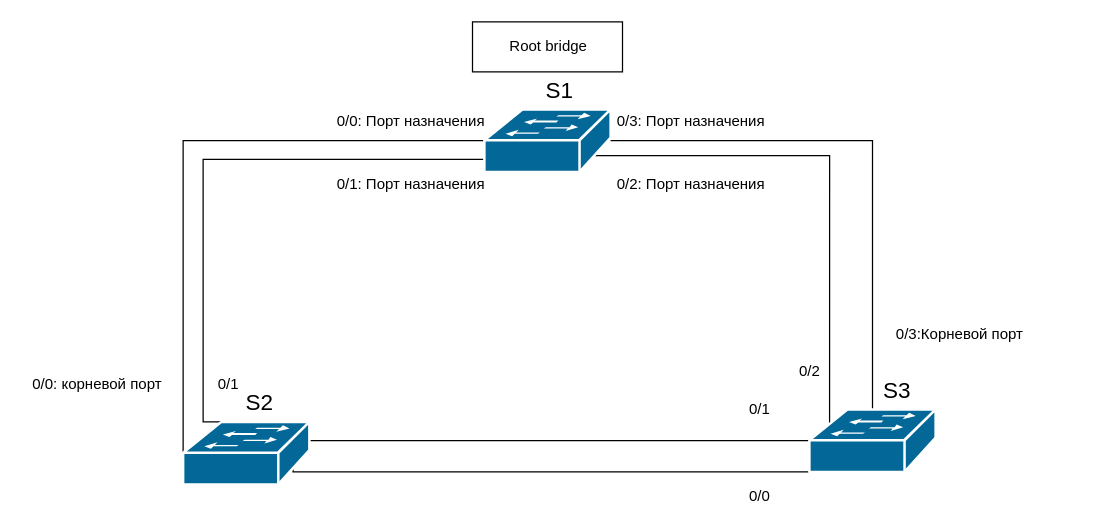
Earlier version of the draw.io diagram page "Page-2" (2 of 2) of 3_lab/Schema.drawio (rain360z/otus-networks). Source tidied: cells renumbered, new cells numbered last; positions are measured from the earlier drawing's top-left corner, leaving out a move shared by most shapes. Both pictures are drawn from the tidied source at 125%, with x=0, y=0 at pixel (21, 21).
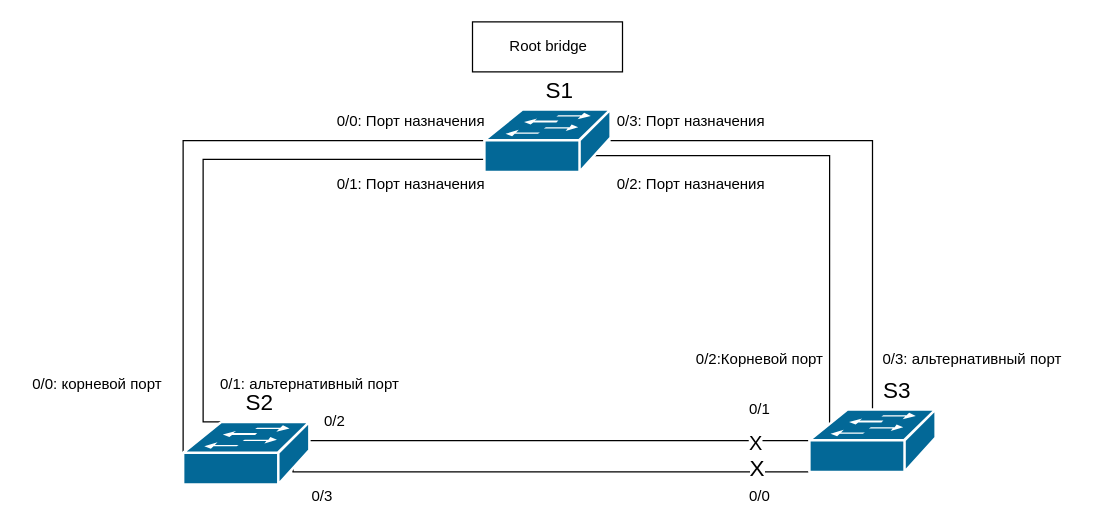
Above is the later version.

Unchanged cells that the change refers to:
```xml
<mxCell id="8" style="edgeStyle=orthogonalEdgeStyle;rounded=0;jettySize=auto;html=1;exitX=0.98;exitY=0.5;exitDx=0;exitDy=0;exitPerimeter=0;endArrow=none;endFill=0;fontSize=18;entryX=0;entryY=0.5;entryDx=0;entryDy=0;entryPerimeter=0;" parent="1" edge="1" source="10" target="11">
  <mxGeometry relative="1" as="geometry">
    <Array as="points">
      <mxPoint x="228" y="335" />
    </Array>
  </mxGeometry>
</mxCell>
<mxCell id="9" style="edgeStyle=orthogonalEdgeStyle;rounded=0;jettySize=auto;html=1;endArrow=none;endFill=0;fontSize=18;exitX=0.87;exitY=0.74;exitDx=0;exitDy=0;exitPerimeter=0;" parent="1" edge="1" source="10" target="11">
  <mxGeometry relative="1" as="geometry">
    <Array as="points">
      <mxPoint x="217" y="360" />
    </Array>
  </mxGeometry>
</mxCell>
```

Change to the diagram source:
```diff
@@
+    <mxCell id="26" value="&lt;font size=&quot;3&quot;&gt;X&lt;/font&gt;" style="edgeLabel;html=1;align=center;verticalAlign=middle;" parent="8" vertex="1">
+      <mxGeometry x="0.79" y="-1" relative="1" as="geometry" />
+    </mxCell>
@@
+    <mxCell id="27" value="&lt;font style=&quot;font-size: 18px&quot;&gt;X&lt;/font&gt;" style="edgeLabel;html=1;align=center;verticalAlign=middle;" parent="9" vertex="1">
+      <mxGeometry x="0.8" y="3" relative="1" as="geometry" />
+    </mxCell>
@@
-    <mxCell id="17" value="0/1" style="text;html=1;align=center;verticalAlign=middle;" parent="1" vertex="1">
-      <mxGeometry x="150" y="280" width="30" height="20" as="geometry" />
+    <mxCell id="17" value="0/1: альтернативный порт" style="text;html=1;align=center;verticalAlign=middle;" parent="1" vertex="1">
+      <mxGeometry x="150" y="280" width="160" height="20" as="geometry" />
     </mxCell>
@@
-    <mxCell id="21" value="0/2" style="text;html=1;align=center;verticalAlign=middle;" parent="1" vertex="1">
-      <mxGeometry x="615" y="270" width="30" height="20" as="geometry" />
+    <mxCell id="21" value="0/2:Корневой порт" style="text;html=1;align=center;verticalAlign=middle;" parent="1" vertex="1">
+      <mxGeometry x="530" y="260" width="120" height="20" as="geometry" />
     </mxCell>
-    <mxCell id="22" value="0/3:Корневой порт" style="text;html=1;align=center;verticalAlign=middle;" parent="1" vertex="1">
-      <mxGeometry x="690" y="240" width="120" height="20" as="geometry" />
-    </mxCell>
@@
+    <mxCell id="28" value="0/3: альтернативный порт" style="text;html=1;align=center;verticalAlign=middle;" parent="1" vertex="1">
+      <mxGeometry x="680" y="260" width="160" height="20" as="geometry" />
+    </mxCell>
+    <mxCell id="29" value="0/2" style="text;html=1;align=center;verticalAlign=middle;" parent="1" vertex="1">
+      <mxGeometry x="235" y="310" width="30" height="20" as="geometry" />
+    </mxCell>
+    <mxCell id="30" value="0/3" style="text;html=1;align=center;verticalAlign=middle;" parent="1" vertex="1">
+      <mxGeometry x="225" y="370" width="30" height="20" as="geometry" />
+    </mxCell>
```
